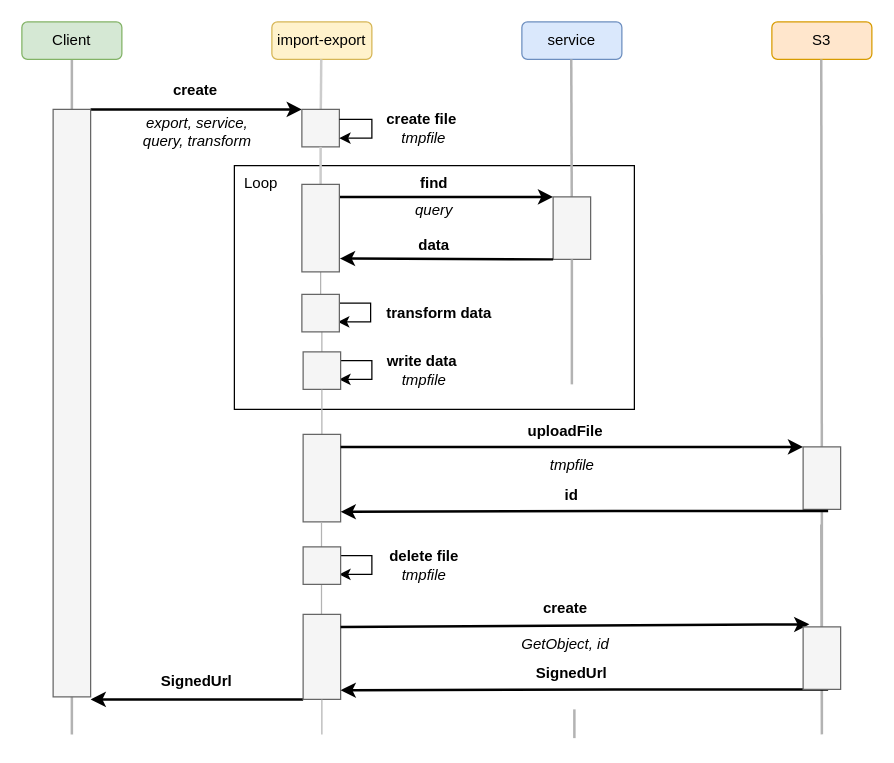
kalisio/feathers-import-export keeps this draw.io diagram as page "export" (2 of 2) of docs/feathers-import-export.drawio. Above is the earlier version. Source tidied: cells renumbered, new cells numbered last; positions are measured from the earlier drawing's top-left corner, leaving out a move shared by most shapes. Both pictures are drawn from the tidied source at 125%, with x=0, y=0 at pixel (21, 21).
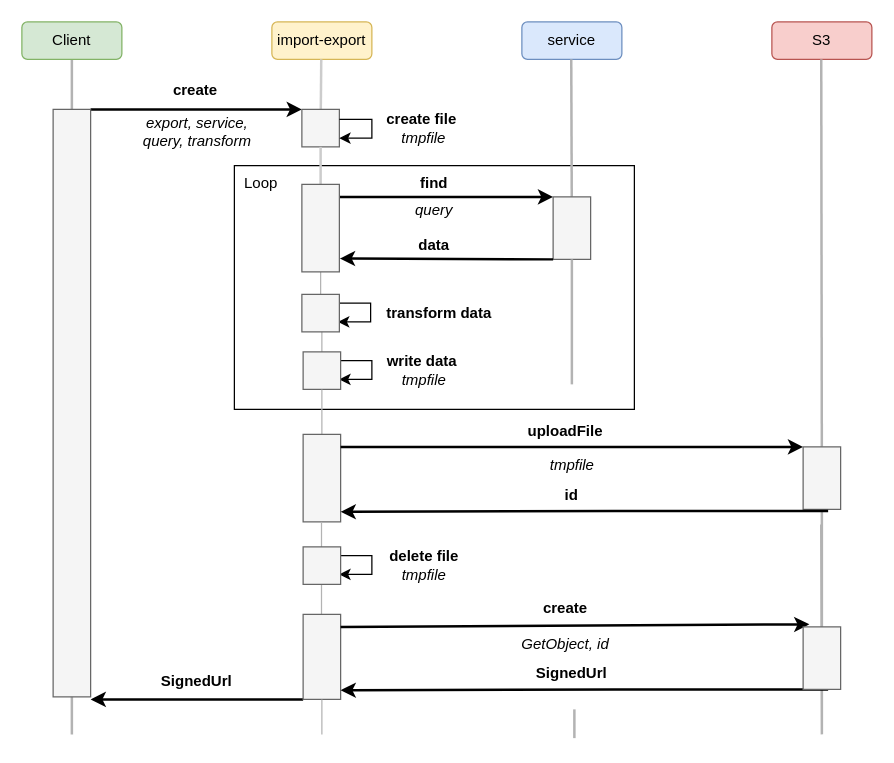
Above is the later version.

What changed in the source:
```diff
@@
-    <mxCell id="19" value="S3" style="rounded=1;whiteSpace=wrap;html=1;fillColor=#ffe6cc;strokeColor=#d79b00;" parent="1" vertex="1">
+    <mxCell id="19" value="S3" style="rounded=1;whiteSpace=wrap;html=1;fillColor=#f8cecc;strokeColor=#b85450;" parent="1" vertex="1">
       <mxGeometry x="600" width="80" height="30" as="geometry" />
     </mxCell>
```
